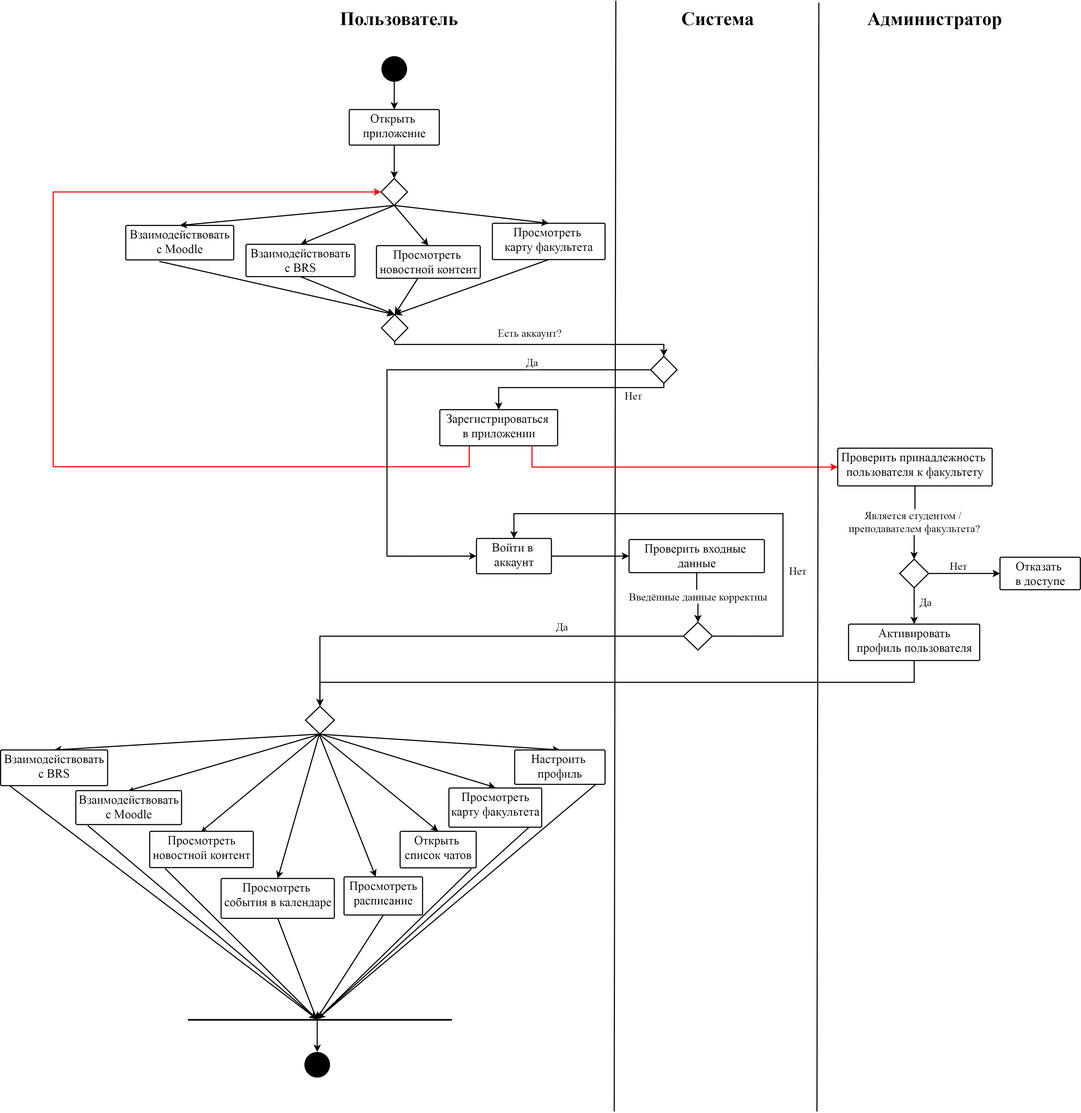
The draw.io diagram diagrams/Диаграммы активности (Activity diagram)/Диаграмма активности (user).png in NerdSmith/MyCSF_App, before a commit. Source tidied: cells renumbered, new cells last; positions are measured from the earlier drawing's top-left corner, leaving out a move shared by most shapes.
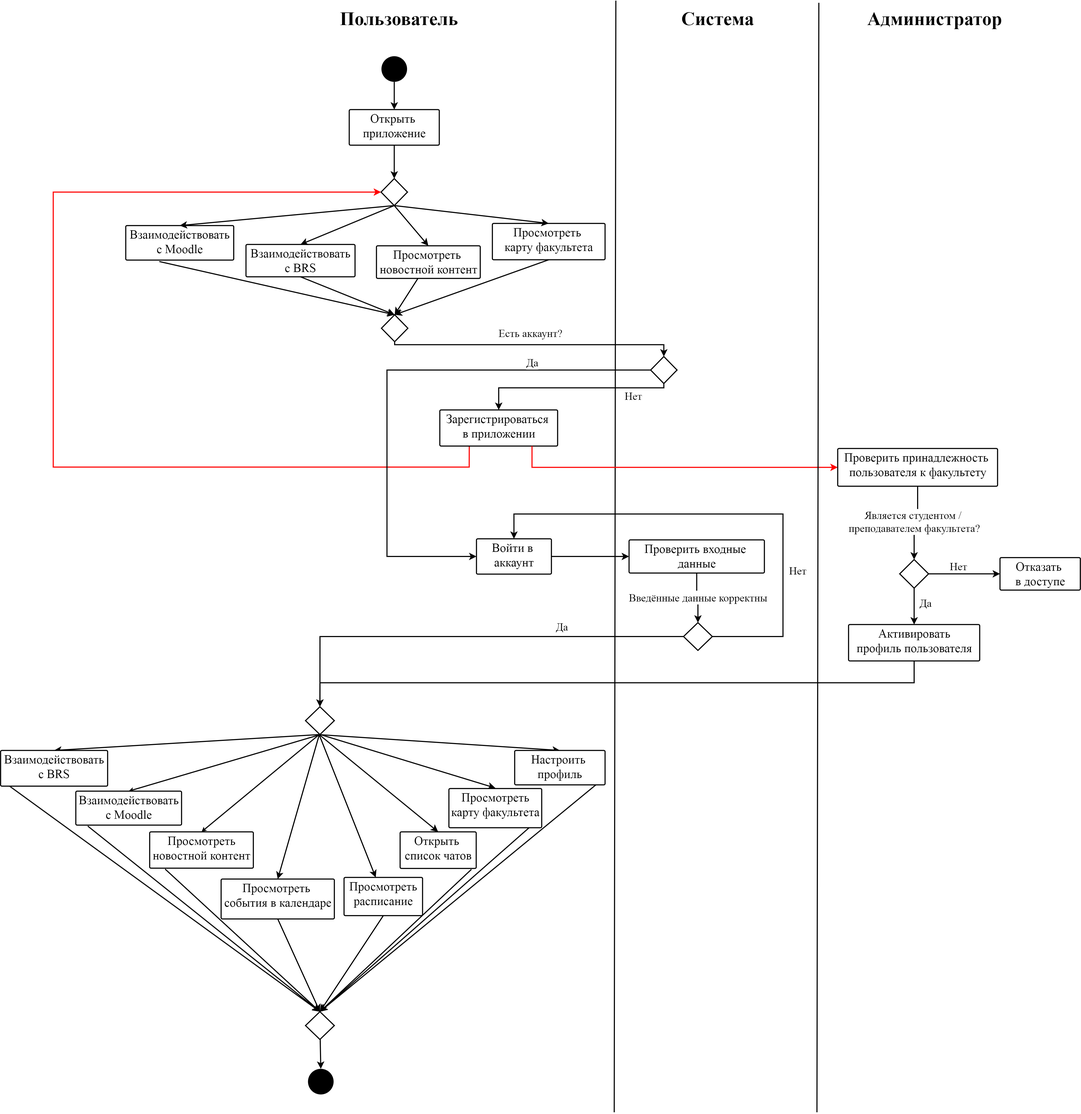
After the commit.

Commit message:
enlarge font in state and activity diagrams

The edit, as a diff of the source:
```diff
@@ -108,7 +108,7 @@
         <mxPoint x="1181.8" y="2723.2" as="sourcePoint" />
       </mxGeometry>
     </mxCell>
-    <mxCell id="29" style="edgeStyle=none;rounded=0;jettySize=auto;html=1;fontFamily=Times New Roman;fontSize=30;entryX=0.872;entryY=0.489;entryDx=0;entryDy=0;entryPerimeter=0;endSize=15;strokeWidth=4;" parent="1" edge="1" target="39">
+    <mxCell id="29" style="edgeStyle=none;rounded=0;jettySize=auto;html=1;fontFamily=Times New Roman;fontSize=30;endSize=15;strokeWidth=4;entryX=0.5;entryY=0;entryDx=0;entryDy=0;" parent="1" edge="1" target="78">
       <mxGeometry relative="1" as="geometry">
         <mxPoint x="33.8" y="2914" as="sourcePoint" />
       </mxGeometry>
@@ -116,34 +116,31 @@
     <mxCell id="30" value="&lt;font style=&quot;font-size: 45px;&quot;&gt;&lt;span style=&quot;font-size: 45px;&quot;&gt;Взаимодействовать&lt;br style=&quot;font-size: 45px;&quot;&gt;с BRS&lt;br style=&quot;font-size: 45px;&quot;&gt;&lt;/span&gt;&lt;/font&gt;" style="html=1;align=center;verticalAlign=top;rounded=1;absoluteArcSize=1;arcSize=10;dashed=0;fontFamily=Times New Roman;fontSize=45;strokeWidth=4;" parent="1" vertex="1">
       <mxGeometry x="-0.2" y="2781" width="397" height="132.4" as="geometry" />
     </mxCell>
-    <mxCell id="31" style="edgeStyle=none;rounded=0;jettySize=auto;html=1;entryX=0.872;entryY=0.49;entryDx=0;entryDy=0;entryPerimeter=0;exitX=0.113;exitY=1.028;exitDx=0;exitDy=0;fontFamily=Times New Roman;fontSize=30;exitPerimeter=0;endSize=15;strokeWidth=4;" parent="1" edge="1" source="32" target="39">
+    <mxCell id="31" style="edgeStyle=none;rounded=0;jettySize=auto;html=1;entryX=0.5;entryY=0;entryDx=0;entryDy=0;exitX=0.113;exitY=1.028;exitDx=0;exitDy=0;fontFamily=Times New Roman;fontSize=30;exitPerimeter=0;endSize=15;strokeWidth=4;" parent="1" edge="1" source="32" target="78">
       <mxGeometry relative="1" as="geometry" />
     </mxCell>
     <mxCell id="32" value="&lt;font style=&quot;font-size: 45px;&quot;&gt;&lt;span style=&quot;font-size: 45px;&quot;&gt;Взаимодействовать&lt;br style=&quot;font-size: 45px;&quot;&gt;с Moodle&lt;br style=&quot;font-size: 45px;&quot;&gt;&lt;/span&gt;&lt;/font&gt;" style="html=1;align=center;verticalAlign=top;rounded=1;absoluteArcSize=1;arcSize=10;dashed=0;fontFamily=Times New Roman;fontSize=45;strokeWidth=4;" parent="1" vertex="1">
       <mxGeometry x="278.8" y="2932" width="392.2" height="126" as="geometry" />
     </mxCell>
-    <mxCell id="33" style="rounded=0;jettySize=auto;html=1;fontFamily=Times New Roman;fontSize=30;entryX=0.182;entryY=0.489;entryDx=0;entryDy=0;entryPerimeter=0;exitX=0.5;exitY=1;exitDx=0;exitDy=0;endSize=15;strokeWidth=4;" parent="1" edge="1" source="34" target="39">
+    <mxCell id="33" style="rounded=0;jettySize=auto;html=1;fontFamily=Times New Roman;fontSize=30;entryX=0.5;entryY=0;entryDx=0;entryDy=0;exitX=0.5;exitY=1;exitDx=0;exitDy=0;endSize=15;strokeWidth=4;" parent="1" edge="1" source="34" target="78">
       <mxGeometry relative="1" as="geometry" />
     </mxCell>
     <mxCell id="34" value="&lt;font style=&quot;font-size: 45px&quot;&gt;&lt;span style=&quot;font-size: 45px&quot;&gt;Просмотреть &lt;br style=&quot;font-size: 45px&quot;&gt;события в календаре&lt;br style=&quot;font-size: 45px&quot;&gt;&lt;/span&gt;&lt;/font&gt;" style="html=1;align=center;verticalAlign=top;rounded=1;absoluteArcSize=1;arcSize=10;dashed=0;fontFamily=Times New Roman;fontSize=45;strokeWidth=4;" parent="1" vertex="1">
       <mxGeometry x="817.8" y="3258" width="420" height="148" as="geometry" />
     </mxCell>
-    <mxCell id="35" style="rounded=0;jettySize=auto;html=1;entryX=1.102;entryY=0.491;entryDx=0;entryDy=0;entryPerimeter=0;exitX=0.898;exitY=1;exitDx=0;exitDy=0;exitPerimeter=0;fontFamily=Times New Roman;fontSize=30;endSize=15;strokeWidth=4;" parent="1" edge="1" source="36" target="39">
+    <mxCell id="35" style="rounded=0;jettySize=auto;html=1;entryX=0.5;entryY=0;entryDx=0;entryDy=0;exitX=0.898;exitY=1;exitDx=0;exitDy=0;exitPerimeter=0;fontFamily=Times New Roman;fontSize=30;endSize=15;strokeWidth=4;" parent="1" edge="1" source="36" target="78">
       <mxGeometry relative="1" as="geometry" />
     </mxCell>
     <mxCell id="36" value="&lt;font style=&quot;font-size: 45px;&quot;&gt;&lt;span style=&quot;font-size: 45px;&quot;&gt;Настроить &lt;br style=&quot;font-size: 45px;&quot;&gt;профиль&lt;br style=&quot;font-size: 45px;&quot;&gt;&lt;/span&gt;&lt;/font&gt;" style="html=1;align=center;verticalAlign=top;rounded=1;absoluteArcSize=1;arcSize=10;dashed=0;fontFamily=Times New Roman;fontSize=45;strokeWidth=4;" parent="1" vertex="1">
       <mxGeometry x="1906.8" y="2781" width="335.2" height="127.7" as="geometry" />
     </mxCell>
-    <mxCell id="37" style="edgeStyle=none;rounded=0;jettySize=auto;html=1;entryX=0.987;entryY=0.491;entryDx=0;entryDy=0;entryPerimeter=0;exitX=0.937;exitY=1.026;exitDx=0;exitDy=0;fontFamily=Times New Roman;fontSize=30;exitPerimeter=0;strokeWidth=4;endSize=15;" parent="1" edge="1" source="38" target="39">
+    <mxCell id="37" style="edgeStyle=none;rounded=0;jettySize=auto;html=1;entryX=0.5;entryY=0;entryDx=0;entryDy=0;exitX=0.937;exitY=1.026;exitDx=0;exitDy=0;fontFamily=Times New Roman;fontSize=30;exitPerimeter=0;strokeWidth=4;endSize=15;" parent="1" edge="1" source="38" target="78">
       <mxGeometry relative="1" as="geometry" />
     </mxCell>
     <mxCell id="38" value="&lt;font style=&quot;font-size: 45px;&quot;&gt;&lt;span style=&quot;font-size: 45px;&quot;&gt;Открыть &lt;br style=&quot;font-size: 45px;&quot;&gt;список чатов&lt;br style=&quot;font-size: 45px;&quot;&gt;&lt;/span&gt;&lt;/font&gt;" style="html=1;align=center;verticalAlign=top;rounded=1;absoluteArcSize=1;arcSize=10;dashed=0;fontFamily=Times New Roman;fontSize=45;strokeWidth=4;" parent="1" vertex="1">
       <mxGeometry x="1481.8" y="3083" width="282.2" height="135.7" as="geometry" />
     </mxCell>
-    <mxCell id="39" style="html=1;points=[];perimeter=orthogonalPerimeter;fillColor=#000000;strokeColor=none;rotation=-90;fontFamily=Times New Roman;fontSize=30;" parent="1" vertex="1">
-      <mxGeometry x="1181.2" y="3293" width="6" height="979.5" as="geometry" />
-    </mxCell>
-    <mxCell id="40" style="edgeStyle=none;rounded=0;jettySize=auto;html=1;fontFamily=Times New Roman;fontSize=30;endSize=15;entryX=0.5;entryY=0;entryDx=0;entryDy=0;strokeWidth=4;" parent="1" edge="1" source="39" target="74">
+    <mxCell id="40" style="edgeStyle=none;rounded=0;jettySize=auto;html=1;fontFamily=Times New Roman;fontSize=30;endSize=15;entryX=0.5;entryY=0;entryDx=0;entryDy=0;strokeWidth=4;" parent="1" edge="1" source="78" target="74">
       <mxGeometry relative="1" as="geometry" />
     </mxCell>
     <mxCell id="41" style="edgeStyle=none;rounded=0;jettySize=auto;html=1;entryX=0.5;entryY=0;entryDx=0;entryDy=0;fontFamily=Times New Roman;fontSize=45;endSize=15;strokeWidth=4;" parent="1" edge="1" source="7" target="72">
@@ -161,19 +158,19 @@
     <mxCell id="43" value="&lt;font style=&quot;font-size: 45px&quot;&gt;&lt;span&gt;Зарегистрироваться &lt;br&gt;в приложении&lt;br style=&quot;font-size: 30px&quot;&gt;&lt;/span&gt;&lt;/font&gt;" style="html=1;align=center;verticalAlign=top;rounded=1;absoluteArcSize=1;arcSize=10;dashed=0;fontFamily=Times New Roman;fontSize=30;strokeWidth=4;" parent="1" vertex="1">
       <mxGeometry x="1629" y="1518" width="437" height="134" as="geometry" />
     </mxCell>
-    <mxCell id="44" style="edgeStyle=none;rounded=0;jettySize=auto;html=1;exitX=0.149;exitY=1.025;exitDx=0;exitDy=0;entryX=0.757;entryY=0.489;entryDx=0;entryDy=0;entryPerimeter=0;fontFamily=Times New Roman;fontSize=30;exitPerimeter=0;strokeWidth=4;endSize=15;" parent="1" edge="1" source="45" target="39">
+    <mxCell id="44" style="edgeStyle=none;rounded=0;jettySize=auto;html=1;exitX=0.149;exitY=1.025;exitDx=0;exitDy=0;entryX=0.5;entryY=0;entryDx=0;entryDy=0;fontFamily=Times New Roman;fontSize=30;exitPerimeter=0;strokeWidth=4;endSize=15;" parent="1" edge="1" source="45" target="78">
       <mxGeometry relative="1" as="geometry" />
     </mxCell>
     <mxCell id="45" value="&lt;font style=&quot;font-size: 45px&quot;&gt;&lt;span style=&quot;font-size: 45px&quot;&gt;Просмотреть&lt;br style=&quot;font-size: 45px&quot;&gt;новостной контент&lt;br style=&quot;font-size: 45px&quot;&gt;&lt;/span&gt;&lt;/font&gt;" style="html=1;align=center;verticalAlign=top;rounded=1;absoluteArcSize=1;arcSize=10;dashed=0;fontFamily=Times New Roman;fontSize=45;strokeWidth=4;" parent="1" vertex="1">
       <mxGeometry x="552.8" y="3083" width="384.5" height="134.7" as="geometry" />
     </mxCell>
-    <mxCell id="46" style="edgeStyle=none;rounded=0;jettySize=auto;html=1;entryX=0.872;entryY=0.489;entryDx=0;entryDy=0;entryPerimeter=0;exitX=0.863;exitY=1.002;exitDx=0;exitDy=0;exitPerimeter=0;fontFamily=Times New Roman;fontSize=30;endSize=15;strokeWidth=4;" parent="1" edge="1" source="47" target="39">
+    <mxCell id="46" style="edgeStyle=none;rounded=0;jettySize=auto;html=1;entryX=0.5;entryY=0;entryDx=0;entryDy=0;exitX=0.863;exitY=1.002;exitDx=0;exitDy=0;exitPerimeter=0;fontFamily=Times New Roman;fontSize=30;endSize=15;strokeWidth=4;" parent="1" edge="1" source="47" target="78">
       <mxGeometry relative="1" as="geometry" />
     </mxCell>
     <mxCell id="47" value="&lt;font style=&quot;font-size: 45px;&quot;&gt;&lt;span style=&quot;font-size: 45px;&quot;&gt;Просмотреть&lt;br style=&quot;font-size: 45px;&quot;&gt;карту факультета&lt;br style=&quot;font-size: 45px;&quot;&gt;&lt;/span&gt;&lt;/font&gt;" style="html=1;align=center;verticalAlign=top;rounded=1;absoluteArcSize=1;arcSize=10;dashed=0;fontFamily=Times New Roman;fontSize=45;strokeWidth=4;" parent="1" vertex="1">
       <mxGeometry x="1662.8" y="2922.3" width="344.2" height="145.4" as="geometry" />
     </mxCell>
-    <mxCell id="48" style="edgeStyle=none;rounded=0;jettySize=auto;html=1;entryX=0.792;entryY=0.487;entryDx=0;entryDy=0;entryPerimeter=0;exitX=0.5;exitY=1;exitDx=0;exitDy=0;fontFamily=Times New Roman;fontSize=30;endSize=15;strokeWidth=4;" parent="1" edge="1" source="49" target="39">
+    <mxCell id="48" style="edgeStyle=none;rounded=0;jettySize=auto;html=1;entryX=0.5;entryY=0;entryDx=0;entryDy=0;exitX=0.5;exitY=1;exitDx=0;exitDy=0;fontFamily=Times New Roman;fontSize=30;endSize=15;strokeWidth=4;" parent="1" edge="1" source="49" target="78">
       <mxGeometry relative="1" as="geometry" />
     </mxCell>
     <mxCell id="49" value="&lt;font style=&quot;font-size: 45px;&quot;&gt;&lt;span style=&quot;font-size: 45px;&quot;&gt;Просмотреть&lt;br style=&quot;font-size: 45px;&quot;&gt;расписание&lt;br style=&quot;font-size: 45px;&quot;&gt;&lt;/span&gt;&lt;/font&gt;" style="html=1;align=center;verticalAlign=top;rounded=1;absoluteArcSize=1;arcSize=10;dashed=0;fontFamily=Times New Roman;fontSize=45;strokeWidth=4;" parent="1" vertex="1">
@@ -220,7 +217,7 @@
       </mxGeometry>
     </mxCell>
     <mxCell id="57" value="&lt;font style=&quot;font-size: 45px&quot;&gt;&lt;span&gt;Проверить принадлежность &lt;br&gt;пользователя к факультету&lt;br style=&quot;font-size: 30px&quot;&gt;&lt;/span&gt;&lt;/font&gt;" style="html=1;align=center;verticalAlign=top;rounded=1;absoluteArcSize=1;arcSize=10;dashed=0;fontFamily=Times New Roman;fontSize=30;strokeWidth=4;" parent="1" vertex="1">
-      <mxGeometry x="3105" y="1661" width="573" height="140" as="geometry" />
+      <mxGeometry x="3105" y="1661" width="593" height="140" as="geometry" />
     </mxCell>
     <mxCell id="58" value="&lt;font style=&quot;font-size: 40px&quot; face=&quot;Times New Roman&quot;&gt;Да&lt;/font&gt;" style="edgeStyle=orthogonalEdgeStyle;rounded=0;jettySize=auto;html=1;entryX=0.5;entryY=0;entryDx=0;entryDy=0;startSize=6;endSize=15;fontSize=43;strokeWidth=4;" parent="1" edge="1" source="59" target="62">
       <mxGeometry x="-0.21" y="42" relative="1" as="geometry" />
@@ -300,7 +297,7 @@
       <mxGeometry x="1130.8" y="2619" width="107" height="103" as="geometry" />
     </mxCell>
     <mxCell id="74" style="ellipse;fillColor=#000000;strokeColor=none;fontFamily=Times New Roman;fontSize=45;" parent="1" vertex="1">
-      <mxGeometry x="1126.8" y="3902" width="95" height="95" as="geometry" />
+      <mxGeometry x="1140" y="3962" width="95" height="95" as="geometry" />
     </mxCell>
     <mxCell id="75" value="&lt;b style=&quot;font-family: &amp;#34;times new roman&amp;#34; ; font-size: 70px&quot;&gt;Пользователь&lt;/b&gt;" style="text;html=1;strokeColor=none;fillColor=none;align=center;verticalAlign=middle;whiteSpace=wrap;rounded=0;fontSize=45;" parent="1" vertex="1">
       <mxGeometry x="1458" y="57" width="40" height="20" as="geometry" />
@@ -311,5 +308,8 @@
     <mxCell id="77" value="&lt;b style=&quot;font-family: &amp;#34;times new roman&amp;#34; ; font-size: 70px&quot;&gt;Администратор&lt;/b&gt;" style="text;html=1;strokeColor=none;fillColor=none;align=center;verticalAlign=middle;whiteSpace=wrap;rounded=0;fontSize=45;" parent="1" vertex="1">
       <mxGeometry x="3445" y="57" width="40" height="20" as="geometry" />
     </mxCell>
+    <mxCell id="78" style="rhombus;fontFamily=Times New Roman;fontSize=30;strokeWidth=4;" parent="1" vertex="1">
+      <mxGeometry x="1130.8" y="3750" width="107" height="103" as="geometry" />
+    </mxCell>
   </root>
 </mxGraphModel>
```
